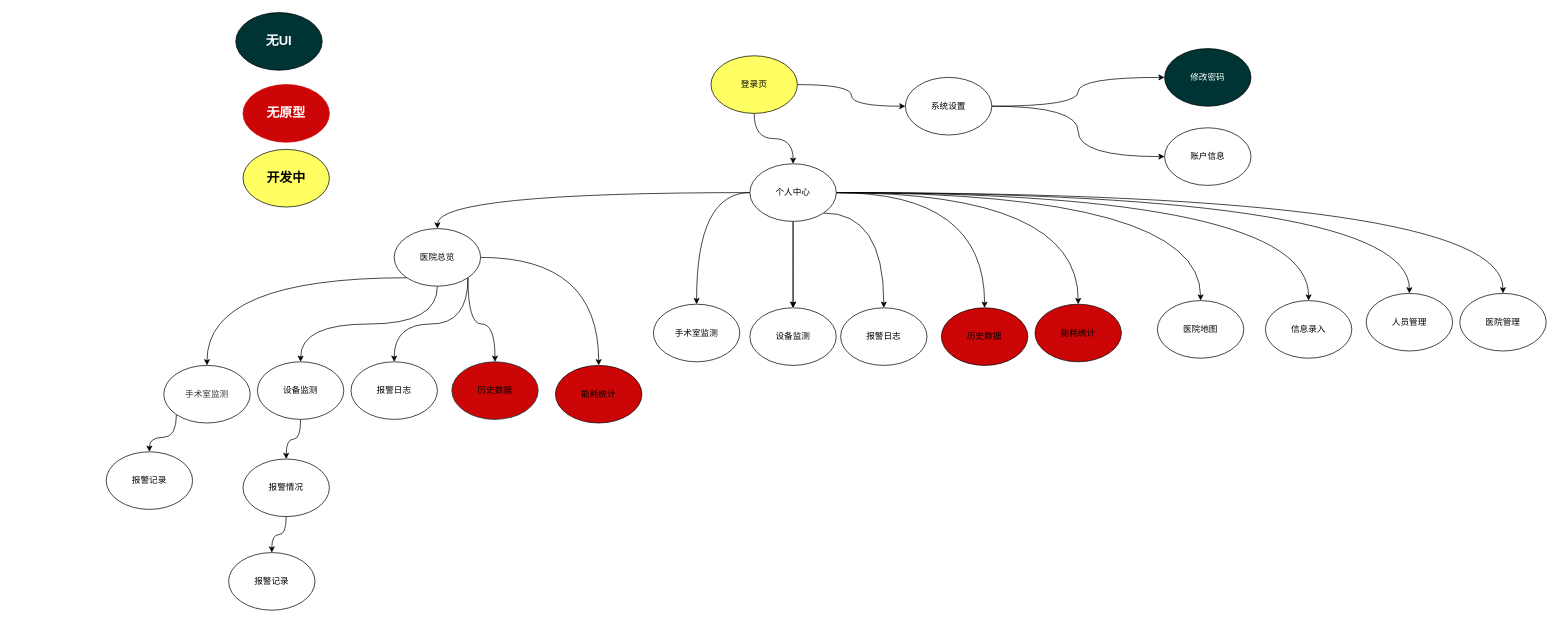
This is 未命名绘图.drawio from linround/2022, a draw.io file, before an edit. Source tidied: cells renumbered, new cells numbered last; positions are measured from the earlier drawing's top-left corner, leaving out a move shared by most shapes. Both pictures are drawn from the tidied source at 72%, with x=0, y=0 at pixel (106, 12).
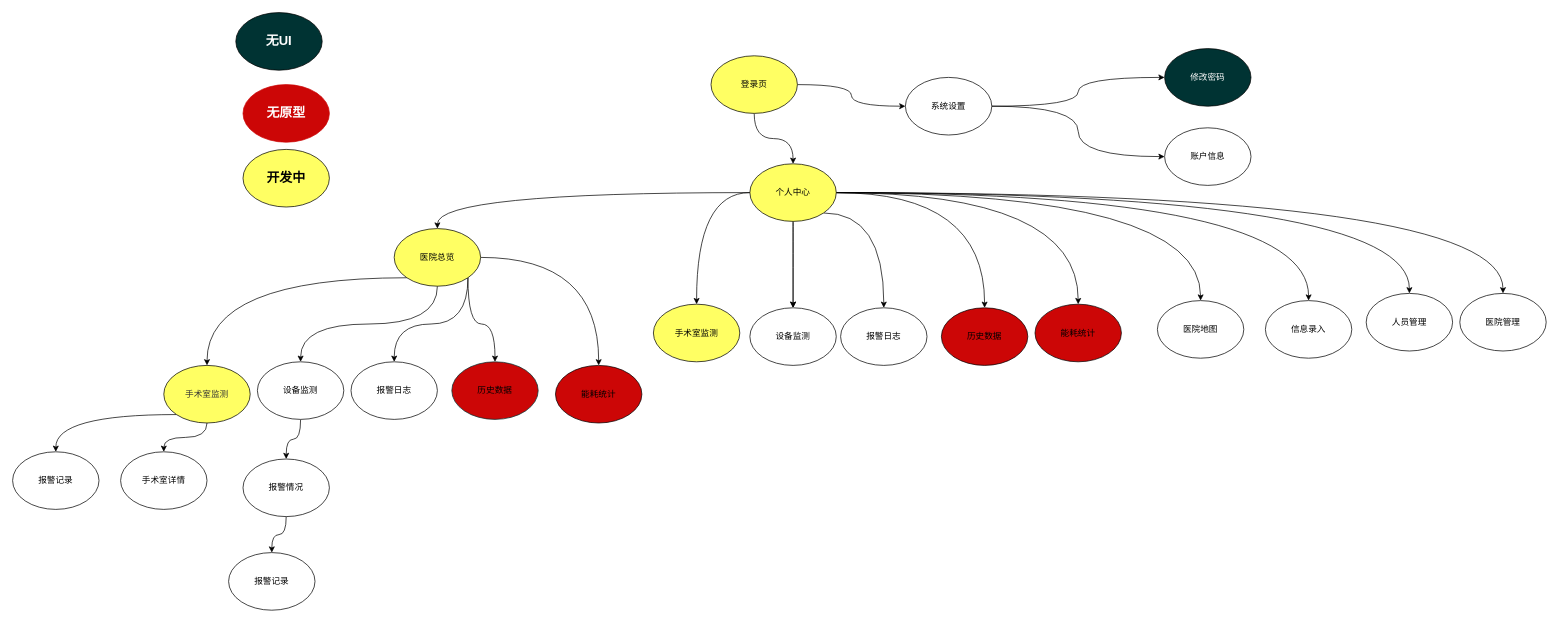
The same diagram, later.

Commit message:
更新未命名绘图.drawio

Change to the diagram source:
```diff
@@
-    <mxCell id="16" value="个人中心" style="ellipse;whiteSpace=wrap;html=1;" parent="1" vertex="1">
+    <mxCell id="16" value="个人中心" style="ellipse;whiteSpace=wrap;html=1;fillColor=#FFFF63;" parent="1" vertex="1">
       <mxGeometry x="894" y="210" width="120" height="80" as="geometry" />
     </mxCell>
@@
-    <mxCell id="22" value="医院总览" style="ellipse;whiteSpace=wrap;html=1;" parent="1" vertex="1">
+    <mxCell id="22" value="医院总览" style="ellipse;whiteSpace=wrap;html=1;fillColor=#FFFF63;" parent="1" vertex="1">
       <mxGeometry x="400" y="300" width="120" height="80" as="geometry" />
     </mxCell>
@@
+    <mxCell id="51" style="edgeStyle=orthogonalEdgeStyle;curved=1;rounded=0;jettySize=auto;html=1;exitX=0.5;exitY=1;exitDx=0;exitDy=0;entryX=0.5;entryY=0;entryDx=0;entryDy=0;" parent="1" edge="1" source="29" target="52">
+      <mxGeometry relative="1" as="geometry" />
+    </mxCell>
-    <mxCell id="29" value="&lt;span style=&quot;color: rgb(51, 51, 51); font-family: &amp;quot;Arial Normal&amp;quot;, Arial, sans-serif; text-align: left; text-wrap: nowrap;&quot;&gt;手术室监测&lt;/span&gt;" style="ellipse;whiteSpace=wrap;html=1;" parent="1" vertex="1">
+    <mxCell id="29" value="&lt;span style=&quot;color: rgb(51, 51, 51); font-family: &amp;quot;Arial Normal&amp;quot;, Arial, sans-serif; text-align: left; text-wrap: nowrap;&quot;&gt;手术室监测&lt;/span&gt;" style="ellipse;whiteSpace=wrap;html=1;fillColor=#FFFF63;" parent="1" vertex="1">
       <mxGeometry x="80" y="490" width="120" height="80" as="geometry" />
     </mxCell>
     <mxCell id="30" value="报警记录" style="ellipse;whiteSpace=wrap;html=1;" parent="1" vertex="1">
-      <mxGeometry y="610" width="120" height="80" as="geometry" />
+      <mxGeometry x="-130" y="610" width="120" height="80" as="geometry" />
     </mxCell>
@@
-    <mxCell id="34" value="手术室监测" style="ellipse;whiteSpace=wrap;html=1;" parent="1" vertex="1">
+    <mxCell id="34" value="手术室监测" style="ellipse;whiteSpace=wrap;html=1;fillColor=#FFFF63;" parent="1" vertex="1">
       <mxGeometry x="760" y="405" width="120" height="80" as="geometry" />
     </mxCell>
@@
+    <mxCell id="52" value="手术室详情" style="ellipse;whiteSpace=wrap;html=1;" parent="1" vertex="1">
+      <mxGeometry x="20" y="610" width="120" height="80" as="geometry" />
+    </mxCell>
```
